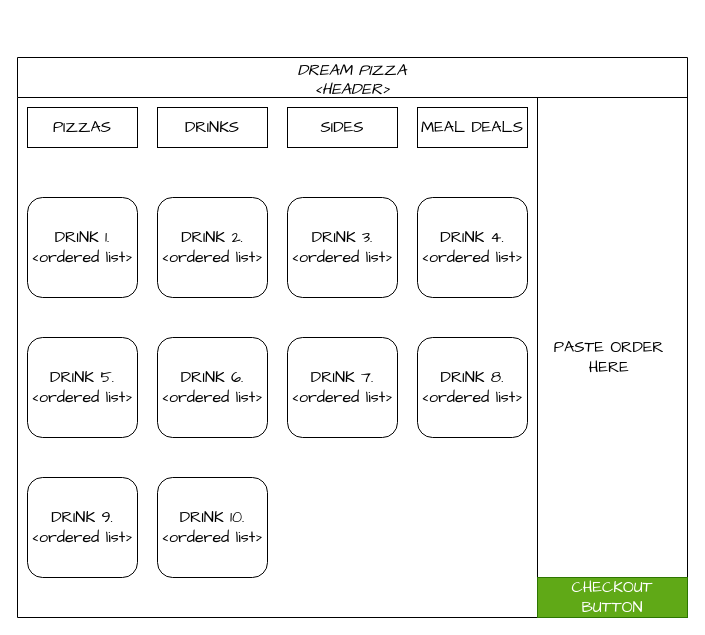
This is page "DRINK SLIDE" (3 of 5) of Pizza_GUI.drawio from ASDAH-Digtal/pizza-program-Maori-boi, a draw.io file, before an edit. Source tidied: cells renumbered, new cells numbered last; positions are measured from the earlier drawing's top-left corner, leaving out a move shared by most shapes. Both pictures are drawn from the tidied source at 100%, with x=0, y=0 at pixel (17, 57).
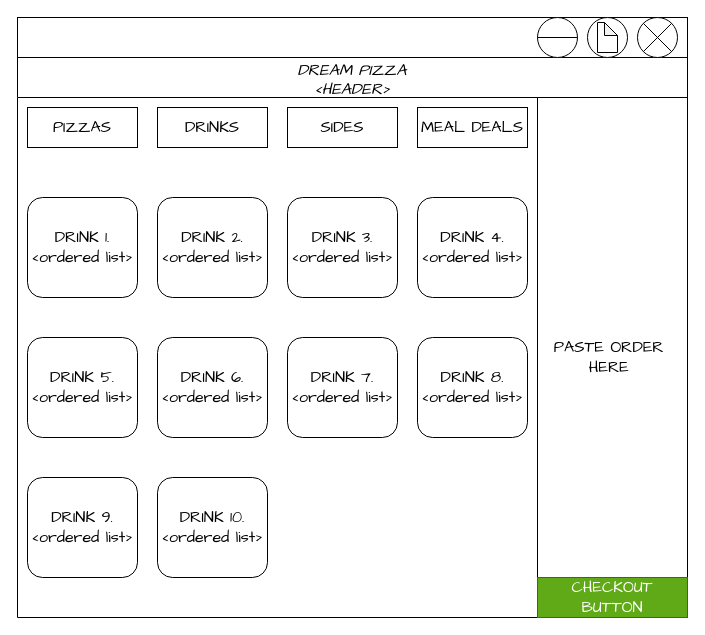
Above is the later version.

The edit, as a diff of the source:
```diff
@@
+    <mxCell id="19" style="rounded=0;whiteSpace=wrap;html=1;" parent="1" vertex="1">
+      <mxGeometry y="-40" width="670" height="40" as="geometry" />
+    </mxCell>
+    <mxCell id="20" style="ellipse;whiteSpace=wrap;html=1;" parent="1" vertex="1">
+      <mxGeometry x="570" y="-40" width="40" height="40" as="geometry" />
+    </mxCell>
+    <mxCell id="21" style="shape=sumEllipse;perimeter=ellipsePerimeter;whiteSpace=wrap;html=1;backgroundOutline=1;" parent="1" vertex="1">
+      <mxGeometry x="620" y="-40" width="40" height="40" as="geometry" />
+    </mxCell>
+    <mxCell id="22" style="shape=lineEllipse;perimeter=ellipsePerimeter;whiteSpace=wrap;html=1;backgroundOutline=1;" parent="1" vertex="1">
+      <mxGeometry x="520" y="-40" width="40" height="40" as="geometry" />
+    </mxCell>
+    <mxCell id="23" style="shape=note;whiteSpace=wrap;html=1;backgroundOutline=1;darkOpacity=0.05;size=13;" parent="1" vertex="1">
+      <mxGeometry x="580" y="-35" width="20" height="30" as="geometry" />
+    </mxCell>
```
